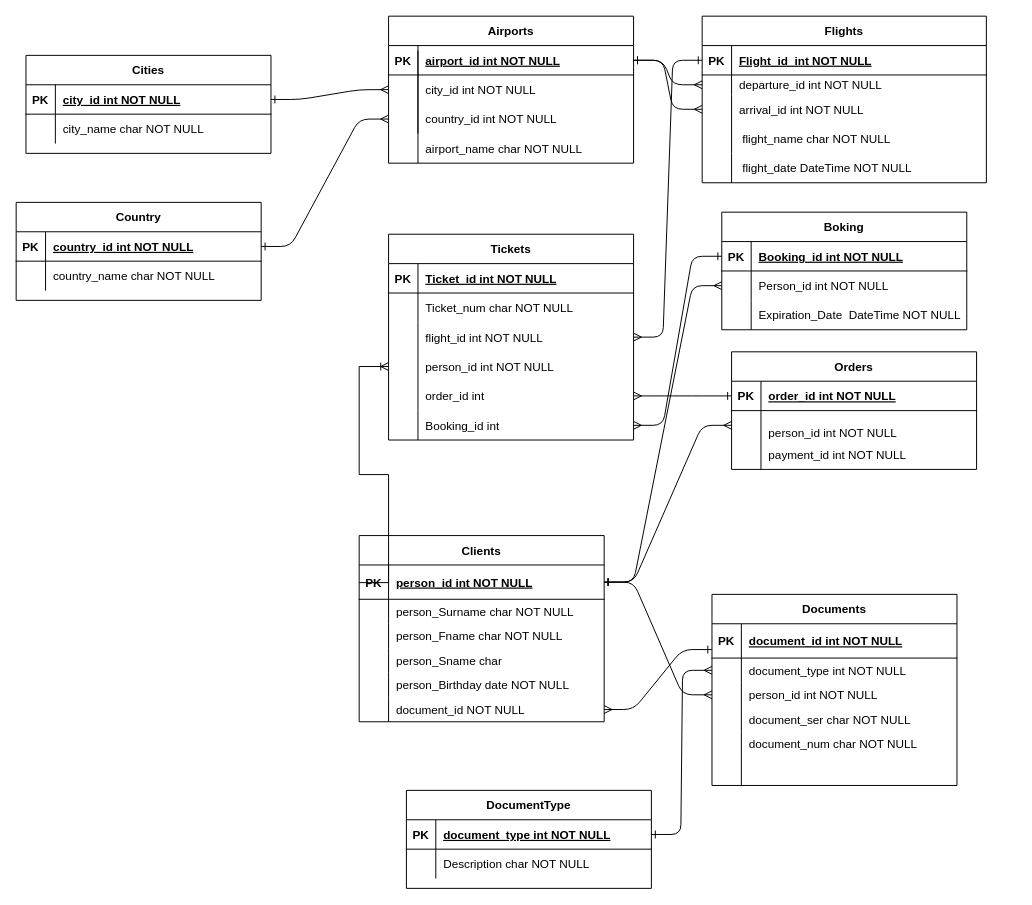
Earlier version of the draw.io diagram ER1.drawio (itsatothez/drawio). Source tidied: cells renumbered, new cells numbered last; positions are measured from the earlier drawing's top-left corner, leaving out a move shared by most shapes. Both pictures are drawn from the tidied source at 98%, with x=0, y=0 at pixel (16, 16).
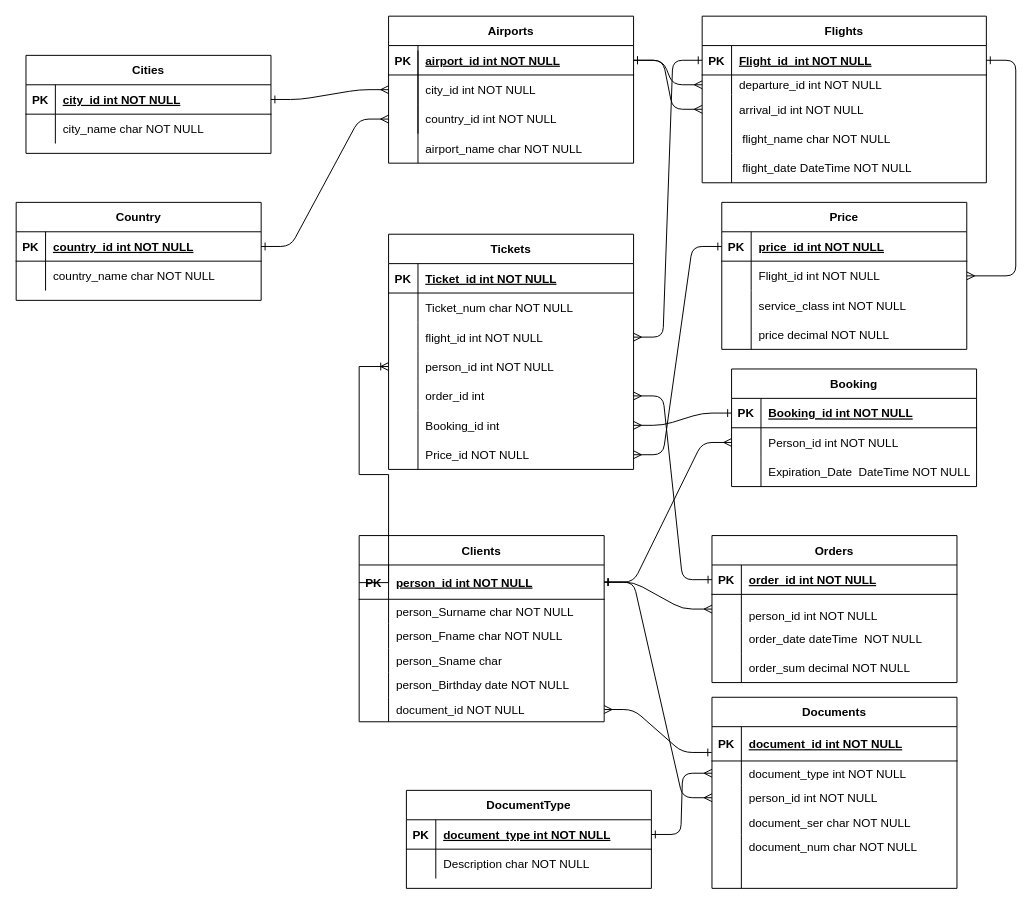
The same diagram, later.

The change refers to these unchanged cells:
```xml
<mxCell id="4" style="shape=partialRectangle;fillColor=none;points=[[0,0.5],[1,0.5]];portConstraint=eastwest;top=0;left=0;right=0;bottom=1;" parent="3" vertex="1">
  <mxGeometry y="30" width="290" height="30" as="geometry" />
</mxCell>
<mxCell id="74" style="shape=partialRectangle;fillColor=none;top=0;left=0;right=0;bottom=0;" parent="67" vertex="1">
  <mxGeometry y="90" width="250" height="30" as="geometry" />
</mxCell>
```

What changed in the source:
```diff
@@
     <mxCell id="67" value="Orders" style="shape=table;startSize=30;childLayout=tableLayout;rowLines=0;fontStyle=1;align=center;" parent="1" vertex="1">
-      <mxGeometry x="730" y="342.5" width="250" height="120" as="geometry" />
+      <mxGeometry x="710" y="530" width="250" height="150" as="geometry" />
     </mxCell>
@@
-    <mxCell id="76" value="payment_id int NOT NULL" style="shape=partialRectangle;overflow=hidden;fillColor=none;top=0;left=0;bottom=0;right=0;align=left;spacingLeft=6;" parent="74" vertex="1">
+    <mxCell id="76" value="order_date dateTime  NOT NULL" style="shape=partialRectangle;overflow=hidden;fillColor=none;top=0;left=0;bottom=0;right=0;align=left;spacingLeft=6;" parent="74" vertex="1">
       <mxGeometry x="30" width="220" height="30" as="geometry" />
     </mxCell>
+    <mxCell id="146" style="shape=partialRectangle;fillColor=none;top=0;left=0;right=0;bottom=0;" parent="67" vertex="1">
+      <mxGeometry y="120" width="250" height="30" as="geometry" />
+    </mxCell>
+    <mxCell id="147" style="shape=partialRectangle;overflow=hidden;fillColor=none;top=0;left=0;bottom=0;right=0;" parent="146" vertex="1">
+      <mxGeometry width="30" height="30" as="geometry" />
+    </mxCell>
+    <mxCell id="148" value="order_sum decimal NOT NULL" style="shape=partialRectangle;overflow=hidden;fillColor=none;top=0;left=0;bottom=0;right=0;align=left;spacingLeft=6;" parent="146" vertex="1">
+      <mxGeometry x="30" width="220" height="30" as="geometry" />
+    </mxCell>
@@
     <mxCell id="82" value="Documents" style="shape=table;startSize=30;childLayout=tableLayout;rowLines=0;fontStyle=1;align=center;" parent="1" vertex="1">
-      <mxGeometry x="710" y="590" width="250" height="195" as="geometry" />
+      <mxGeometry x="710" y="695" width="250" height="195" as="geometry" />
     </mxCell>
@@
     <mxCell id="101" value="Tickets" style="shape=table;startSize=30;childLayout=tableLayout;rowLines=0;fontStyle=1;align=center;" parent="1" vertex="1">
-      <mxGeometry x="380" y="222.5" width="250" height="210" as="geometry" />
+      <mxGeometry x="380" y="222.5" width="250" height="240" as="geometry" />
     </mxCell>
@@
+    <mxCell id="149" style="shape=partialRectangle;fillColor=none;points=[[0,0.5],[1,0.5]];portConstraint=eastwest;top=0;left=0;right=0;bottom=0;" parent="101" vertex="1">
+      <mxGeometry y="210" width="250" height="30" as="geometry" />
+    </mxCell>
+    <mxCell id="150" style="shape=partialRectangle;overflow=hidden;fillColor=none;top=0;left=0;bottom=0;right=0;" parent="149" vertex="1">
+      <mxGeometry width="30" height="30" as="geometry" />
+    </mxCell>
+    <mxCell id="151" value="Price_id NOT NULL " style="shape=partialRectangle;overflow=hidden;fillColor=none;top=0;left=0;bottom=0;right=0;align=left;spacingLeft=6;" parent="149" vertex="1">
+      <mxGeometry x="30" width="220" height="30" as="geometry" />
+    </mxCell>
-    <mxCell id="120" value="Boking" style="shape=table;startSize=30;childLayout=tableLayout;rowLines=0;fontStyle=1;align=center;" parent="1" vertex="1">
-      <mxGeometry x="720" y="200" width="250" height="120" as="geometry" />
+    <mxCell id="120" value="Booking" style="shape=table;startSize=30;childLayout=tableLayout;rowLines=0;fontStyle=1;align=center;" parent="1" vertex="1">
+      <mxGeometry x="730" y="360" width="250" height="120" as="geometry" />
     </mxCell>
@@
+    <mxCell id="152" value="Price" style="shape=table;startSize=30;childLayout=tableLayout;rowLines=0;fontStyle=1;align=center;" parent="1" vertex="1">
+      <mxGeometry x="720" y="190" width="250" height="150" as="geometry" />
+    </mxCell>
+    <mxCell id="153" style="shape=partialRectangle;fillColor=none;points=[[0,0.5],[1,0.5]];portConstraint=eastwest;top=0;left=0;right=0;bottom=1;" parent="152" vertex="1">
+      <mxGeometry y="30" width="250" height="30" as="geometry" />
+    </mxCell>
+    <mxCell id="154" value="PK" style="shape=partialRectangle;overflow=hidden;fillColor=none;top=0;left=0;bottom=0;right=0;fontStyle=1;" parent="153" vertex="1">
+      <mxGeometry width="30" height="30" as="geometry" />
+    </mxCell>
+    <mxCell id="155" value="price_id int NOT NULL " style="shape=partialRectangle;overflow=hidden;fillColor=none;top=0;left=0;bottom=0;right=0;align=left;spacingLeft=6;fontStyle=5;" parent="153" vertex="1">
+      <mxGeometry x="30" width="220" height="30" as="geometry" />
+    </mxCell>
+    <mxCell id="156" style="shape=partialRectangle;fillColor=none;points=[[0,0.5],[1,0.5]];portConstraint=eastwest;top=0;left=0;right=0;bottom=0;" parent="152" vertex="1">
+      <mxGeometry y="60" width="250" height="30" as="geometry" />
+    </mxCell>
+    <mxCell id="157" style="shape=partialRectangle;overflow=hidden;fillColor=none;top=0;left=0;bottom=0;right=0;" parent="156" vertex="1">
+      <mxGeometry width="30" height="30" as="geometry" />
+    </mxCell>
+    <mxCell id="158" value="Flight_id int NOT NULL" style="shape=partialRectangle;overflow=hidden;fillColor=none;top=0;left=0;bottom=0;right=0;align=left;spacingLeft=6;" parent="156" vertex="1">
+      <mxGeometry x="30" width="220" height="30" as="geometry" />
+    </mxCell>
+    <mxCell id="159" style="shape=partialRectangle;fillColor=none;top=0;left=0;right=0;bottom=0;" parent="152" vertex="1">
+      <mxGeometry y="90" width="250" height="30" as="geometry" />
+    </mxCell>
+    <mxCell id="160" style="shape=partialRectangle;overflow=hidden;fillColor=none;top=0;left=0;bottom=0;right=0;" parent="159" vertex="1">
+      <mxGeometry width="30" height="30" as="geometry" />
+    </mxCell>
+    <mxCell id="161" value="service_class int NOT NULL" style="shape=partialRectangle;overflow=hidden;fillColor=none;top=0;left=0;bottom=0;right=0;align=left;spacingLeft=6;" parent="159" vertex="1">
+      <mxGeometry x="30" width="220" height="30" as="geometry" />
+    </mxCell>
+    <mxCell id="162" style="shape=partialRectangle;fillColor=none;top=0;left=0;right=0;bottom=0;" parent="152" vertex="1">
+      <mxGeometry y="120" width="250" height="30" as="geometry" />
+    </mxCell>
+    <mxCell id="163" style="shape=partialRectangle;overflow=hidden;fillColor=none;top=0;left=0;bottom=0;right=0;" parent="162" vertex="1">
+      <mxGeometry width="30" height="30" as="geometry" />
+    </mxCell>
+    <mxCell id="164" value="price decimal NOT NULL" style="shape=partialRectangle;overflow=hidden;fillColor=none;top=0;left=0;bottom=0;right=0;align=left;spacingLeft=6;" parent="162" vertex="1">
+      <mxGeometry x="30" width="220" height="30" as="geometry" />
+    </mxCell>
+    <mxCell id="165" style="edgeStyle=entityRelationEdgeStyle;endArrow=ERmany;startArrow=ERone;endFill=0;startFill=0;exitX=0;exitY=0.5;exitDx=0;exitDy=0;entryX=1;entryY=0.5;entryDx=0;entryDy=0;" parent="1" edge="1" source="153" target="149">
+      <mxGeometry relative="1" as="geometry" />
+    </mxCell>
+    <mxCell id="166" style="edgeStyle=entityRelationEdgeStyle;endArrow=ERmany;startArrow=ERone;endFill=0;startFill=0;entryX=1;entryY=0.5;entryDx=0;entryDy=0;" parent="1" edge="1" source="4" target="156">
+      <mxGeometry relative="1" as="geometry" />
+    </mxCell>
```
